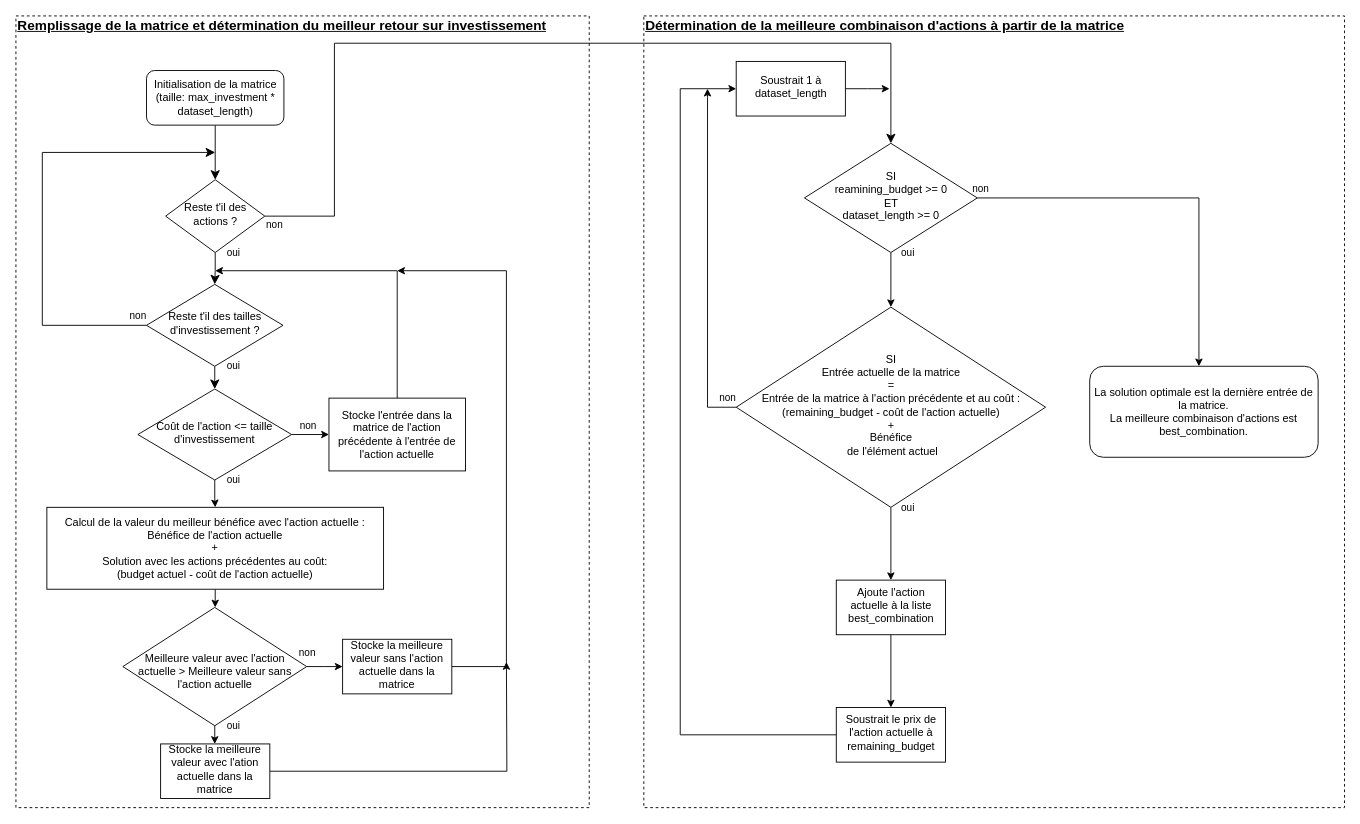
The draw.io diagram Docs/Organigramme FR.drawio in YoannDeb/AlgoInvest, before the edit. Source tidied: cells renumbered, new cells numbered last; positions are measured from the earlier drawing's top-left corner, leaving out a move shared by most shapes. Both pictures are drawn from the tidied source at 91%, with x=0, y=0 at pixel (15, 15).
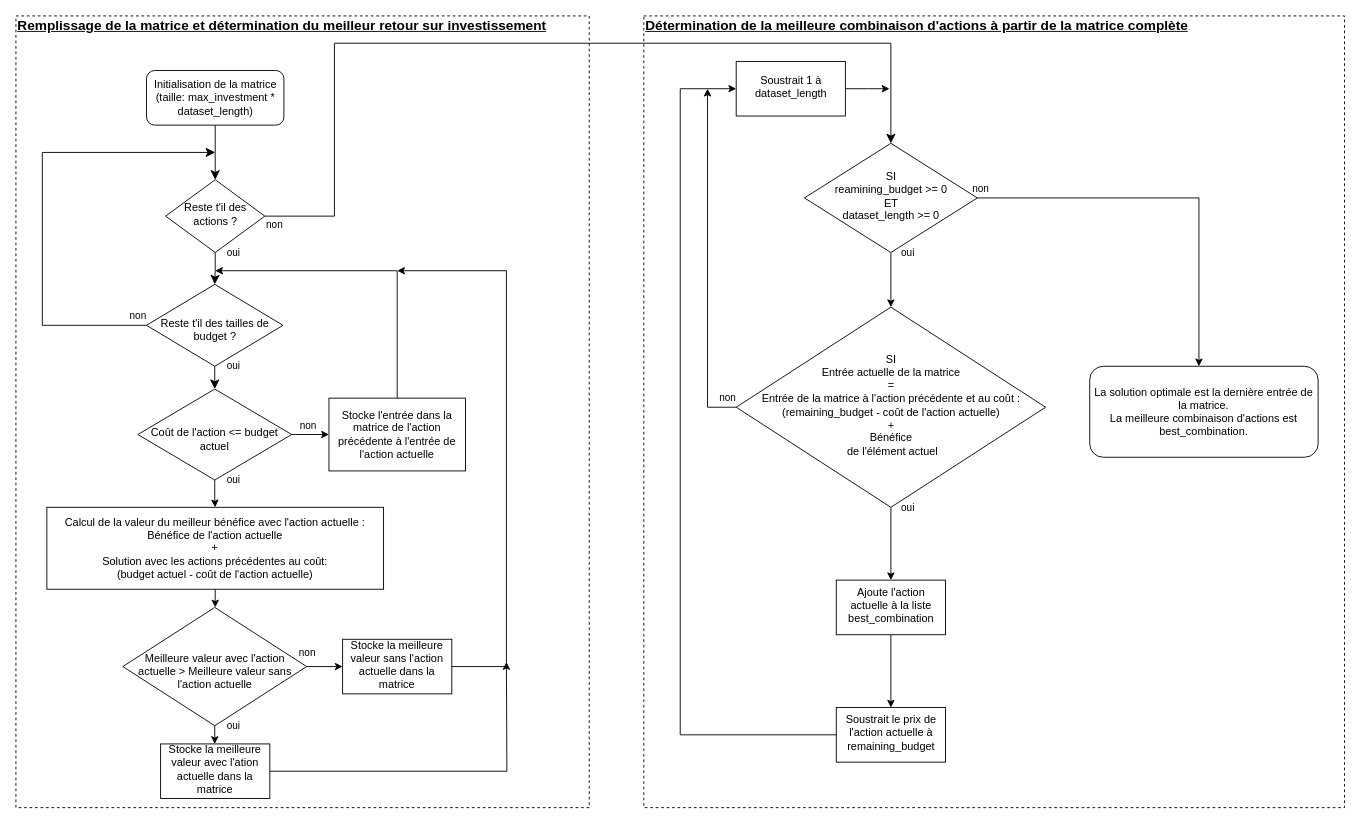
The same diagram, later.

Diff of the diagram source:
```diff
@@
-    <mxCell id="10" value="Reste t'il des tailles d'investissement ?" style="rhombus;whiteSpace=wrap;html=1;shadow=0;fontFamily=Helvetica;fontSize=12;align=center;strokeWidth=1;spacing=6;spacingTop=-4;" parent="1" vertex="1">
+    <mxCell id="10" value="&lt;br&gt;Reste t'il des tailles de budget ?" style="rhombus;whiteSpace=wrap;html=1;shadow=0;fontFamily=Helvetica;fontSize=12;align=center;strokeWidth=1;spacing=6;spacingTop=-4;" parent="1" vertex="1">
       <mxGeometry x="143.5" y="295" width="150" height="90" as="geometry" />
     </mxCell>
@@
-    <mxCell id="14" value="Coût de l'action &amp;lt;= taille d'investissement" style="rhombus;whiteSpace=wrap;html=1;shadow=0;fontFamily=Helvetica;fontSize=12;align=center;strokeWidth=1;spacing=6;spacingTop=-4;" parent="1" vertex="1">
+    <mxCell id="14" value="&lt;br&gt;Coût de l'action &amp;lt;= budget actuel" style="rhombus;whiteSpace=wrap;html=1;shadow=0;fontFamily=Helvetica;fontSize=12;align=center;strokeWidth=1;spacing=6;spacingTop=-4;" parent="1" vertex="1">
       <mxGeometry x="134" y="410" width="169" height="100" as="geometry" />
     </mxCell>
@@
-    <mxCell id="38" value="&lt;font style=&quot;font-size: 15px&quot;&gt;&lt;b&gt;&lt;u&gt;Détermination de la meilleure combinaison d'actions à partir de la matrice&lt;/u&gt;&lt;/b&gt;&lt;/font&gt;" style="text;html=1;align=left;verticalAlign=middle;fillColor=none;strokeColor=none;rounded=0;dashed=1;" parent="1" vertex="1">
-      <mxGeometry x="690" width="540" height="20" as="geometry" />
+    <mxCell id="38" value="&lt;font style=&quot;font-size: 15px&quot;&gt;&lt;b&gt;&lt;u&gt;Détermination de la meilleure combinaison d'actions à partir de la matrice complète&lt;/u&gt;&lt;/b&gt;&lt;/font&gt;" style="text;html=1;align=left;verticalAlign=middle;fillColor=none;strokeColor=none;rounded=0;dashed=1;" parent="1" vertex="1">
+      <mxGeometry x="690" width="610" height="20" as="geometry" />
     </mxCell>
```
